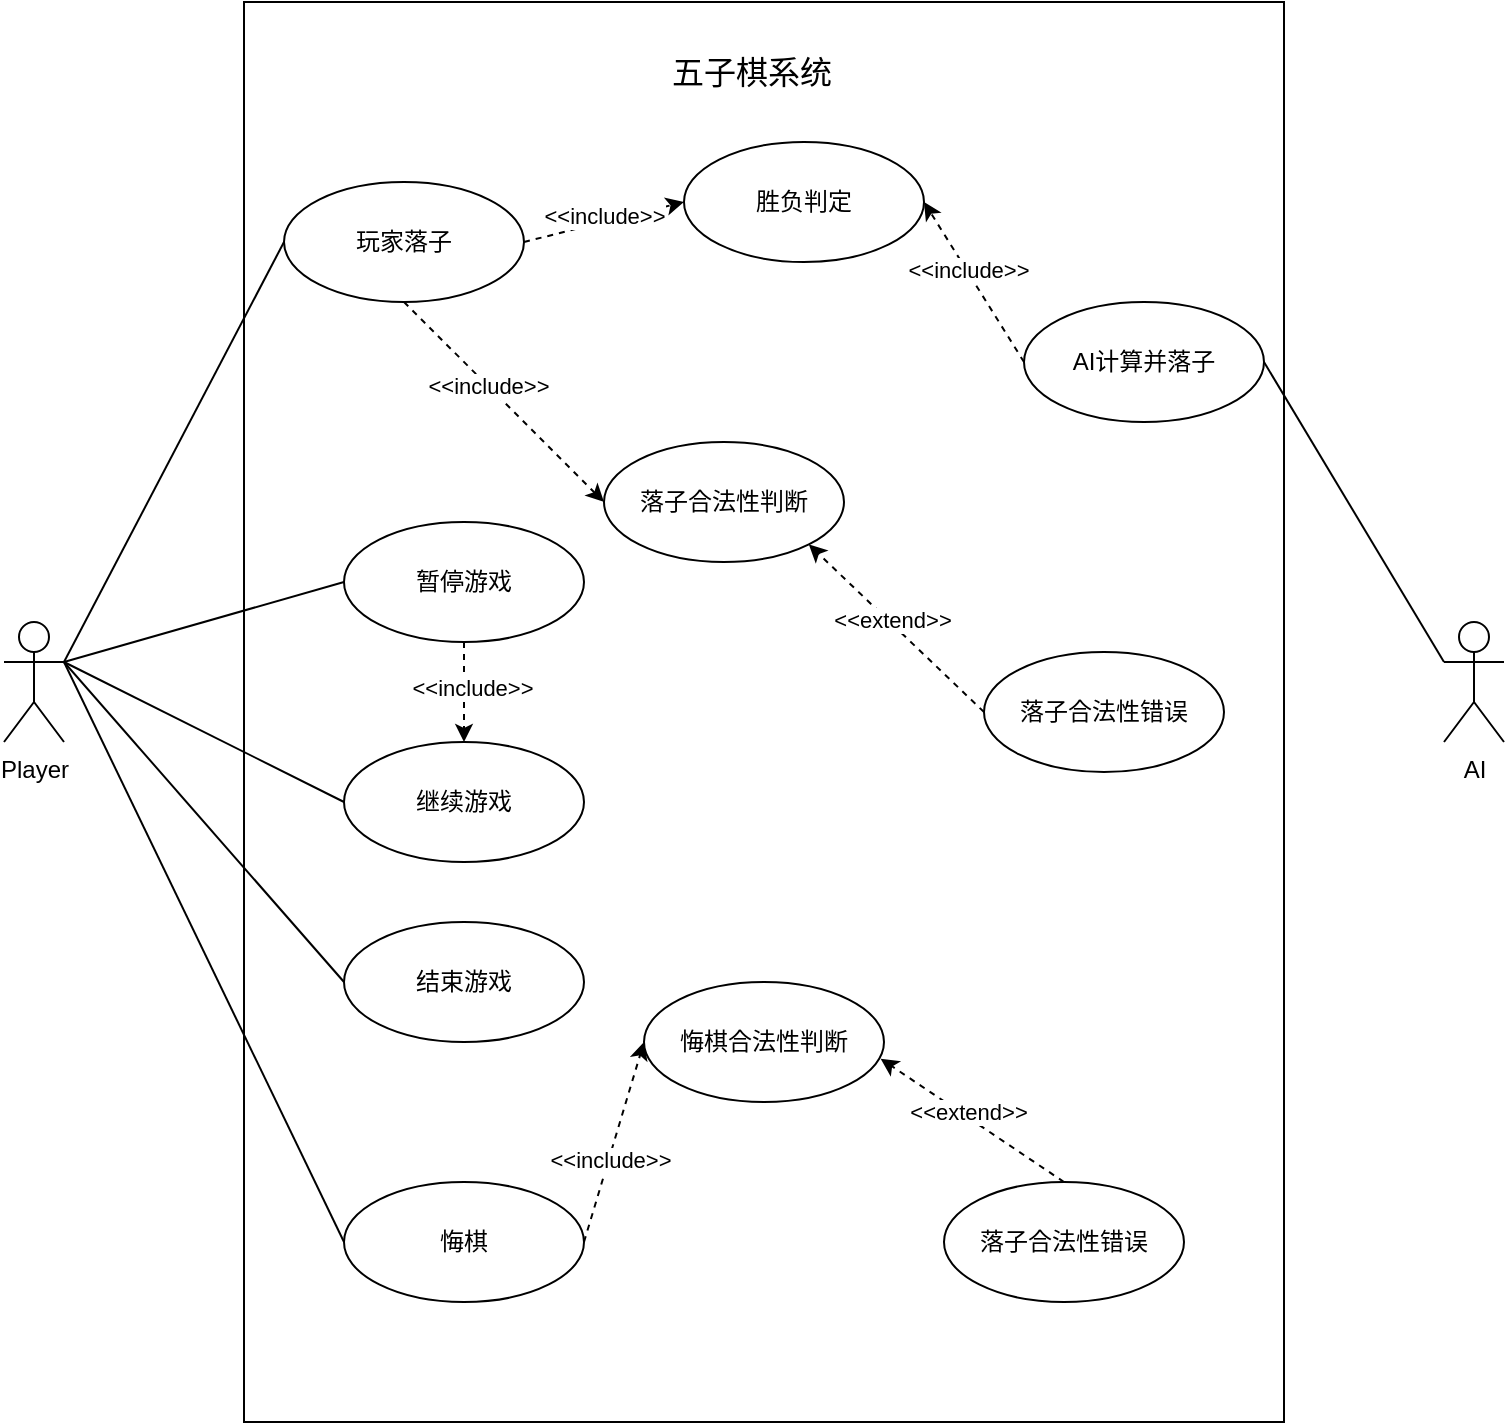
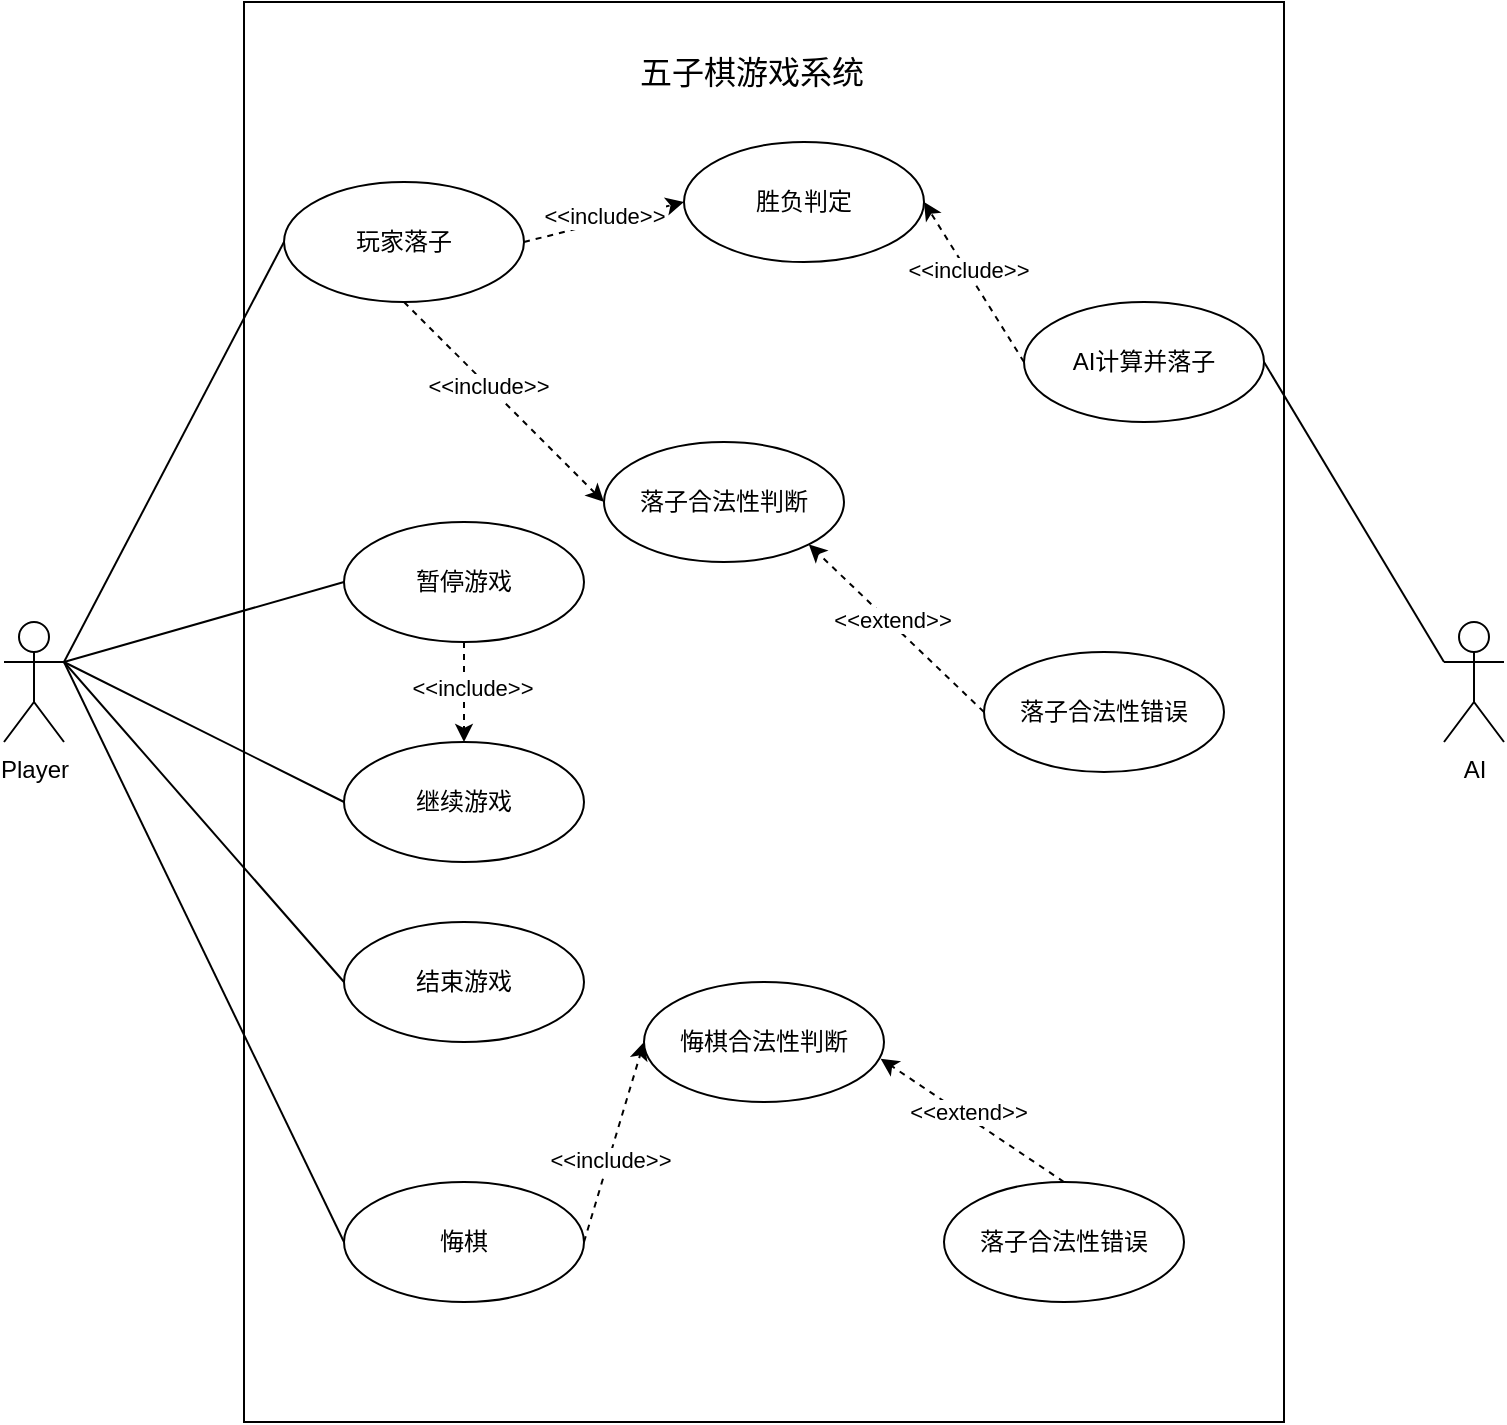
<mxfile host="app.diagrams.net">
  <diagram name="Page-1" id="mYUad11Odgced4m4luzt">
    <mxGraphModel dx="1201" dy="825" grid="1" gridSize="10" guides="1" tooltips="1" connect="1" arrows="1" fold="1" page="1" pageScale="1" pageWidth="827" pageHeight="1169" math="0" shadow="0">
      <root>
        <mxCell id="0" />
        <mxCell id="1" parent="0" />
        <mxCell id="FT644iExh8YyQrtBqDw--9" parent="1" style="shape=umlActor;verticalLabelPosition=bottom;verticalAlign=top;html=1;outlineConnect=0;" value="Player" vertex="1">
          <mxGeometry height="60" width="30" x="40" y="460" as="geometry" />
        </mxCell>
        <mxCell id="FT644iExh8YyQrtBqDw--10" parent="1" style="rounded=0;whiteSpace=wrap;html=1;" value="" vertex="1">
          <mxGeometry height="710" width="520" x="160" y="150" as="geometry" />
        </mxCell>
-         <mxCell id="FT644iExh8YyQrtBqDw--8" parent="1" style="text;html=1;whiteSpace=wrap;strokeColor=none;fillColor=none;align=center;verticalAlign=middle;rounded=0;" value="&lt;font style=&quot;font-size: 16px;&quot;&gt;五子棋系统&lt;/font&gt;" vertex="1">
+         <mxCell id="FT644iExh8YyQrtBqDw--8" parent="1" style="text;html=1;whiteSpace=wrap;strokeColor=none;fillColor=none;align=center;verticalAlign=middle;rounded=0;" value="&lt;font style=&quot;font-size: 16px;&quot;&gt;五子棋游戏系统&lt;/font&gt;" vertex="1">
          <mxGeometry height="30" width="240" x="294" y="170" as="geometry" />
        </mxCell>
        <mxCell id="fBbN4jeV9DzmqmJLsIvL-6" edge="1" parent="1" source="FT644iExh8YyQrtBqDw--14" style="rounded=0;orthogonalLoop=1;jettySize=auto;html=1;exitX=0;exitY=0.3333333333333333;exitDx=0;exitDy=0;exitPerimeter=0;entryX=1;entryY=0.5;entryDx=0;entryDy=0;endArrow=none;endFill=0;" target="FT644iExh8YyQrtBqDw--17">
          <mxGeometry relative="1" as="geometry" />
        </mxCell>
        <mxCell id="FT644iExh8YyQrtBqDw--14" parent="1" style="shape=umlActor;verticalLabelPosition=bottom;verticalAlign=top;html=1;outlineConnect=0;" value="AI&lt;div&gt;&lt;br&gt;&lt;/div&gt;" vertex="1">
          <mxGeometry height="60" width="30" x="760" y="460" as="geometry" />
        </mxCell>
        <mxCell id="fBbN4jeV9DzmqmJLsIvL-8" edge="1" parent="1" source="FT644iExh8YyQrtBqDw--16" style="rounded=0;orthogonalLoop=1;jettySize=auto;html=1;exitX=1;exitY=0.5;exitDx=0;exitDy=0;entryX=0;entryY=0.5;entryDx=0;entryDy=0;dashed=1;" target="fBbN4jeV9DzmqmJLsIvL-7">
          <mxGeometry relative="1" as="geometry" />
        </mxCell>
        <mxCell id="fBbN4jeV9DzmqmJLsIvL-10" connectable="0" parent="fBbN4jeV9DzmqmJLsIvL-8" style="edgeLabel;html=1;align=center;verticalAlign=middle;resizable=0;points=[];" value="&amp;lt;&amp;lt;include&amp;gt;&amp;gt;" vertex="1">
          <mxGeometry relative="1" x="0.0178" y="3" as="geometry">
            <mxPoint as="offset" />
          </mxGeometry>
        </mxCell>
        <mxCell id="FT644iExh8YyQrtBqDw--16" parent="1" style="ellipse;whiteSpace=wrap;html=1;" value="玩家落子" vertex="1">
          <mxGeometry height="60" width="120" x="180" y="240" as="geometry" />
        </mxCell>
        <mxCell id="FT644iExh8YyQrtBqDw--17" parent="1" style="ellipse;whiteSpace=wrap;html=1;" value="AI计算并落子" vertex="1">
          <mxGeometry height="60" width="120" x="550" y="300" as="geometry" />
        </mxCell>
        <mxCell id="fBbN4jeV9DzmqmJLsIvL-12" edge="1" parent="1" source="FT644iExh8YyQrtBqDw--18" style="rounded=0;orthogonalLoop=1;jettySize=auto;html=1;dashed=1;" target="FT644iExh8YyQrtBqDw--19" value="">
          <mxGeometry relative="1" as="geometry" />
        </mxCell>
        <mxCell id="fBbN4jeV9DzmqmJLsIvL-14" connectable="0" parent="fBbN4jeV9DzmqmJLsIvL-12" style="edgeLabel;html=1;align=center;verticalAlign=middle;resizable=0;points=[];" value="&amp;lt;&amp;lt;include&amp;gt;&amp;gt;" vertex="1">
          <mxGeometry relative="1" x="-0.1067" y="4" as="geometry">
            <mxPoint as="offset" />
          </mxGeometry>
        </mxCell>
        <mxCell id="FT644iExh8YyQrtBqDw--18" parent="1" style="ellipse;whiteSpace=wrap;html=1;" value="暂停游戏" vertex="1">
          <mxGeometry height="60" width="120" x="210" y="410" as="geometry" />
        </mxCell>
        <mxCell id="FT644iExh8YyQrtBqDw--19" parent="1" style="ellipse;whiteSpace=wrap;html=1;" value="继续游戏" vertex="1">
          <mxGeometry height="60" width="120" x="210" y="520" as="geometry" />
        </mxCell>
        <mxCell id="FT644iExh8YyQrtBqDw--20" parent="1" style="ellipse;whiteSpace=wrap;html=1;" value="结束游戏" vertex="1">
          <mxGeometry height="60" width="120" x="210" y="610" as="geometry" />
        </mxCell>
        <mxCell id="FT644iExh8YyQrtBqDw--21" parent="1" style="ellipse;whiteSpace=wrap;html=1;" value="悔棋" vertex="1">
          <mxGeometry height="60" width="120" x="210" y="740" as="geometry" />
        </mxCell>
        <mxCell id="fBbN4jeV9DzmqmJLsIvL-1" edge="1" parent="1" source="FT644iExh8YyQrtBqDw--9" style="rounded=0;orthogonalLoop=1;jettySize=auto;html=1;exitX=1;exitY=0.3333333333333333;exitDx=0;exitDy=0;exitPerimeter=0;entryX=0;entryY=0.5;entryDx=0;entryDy=0;endArrow=none;endFill=0;" target="FT644iExh8YyQrtBqDw--16">
          <mxGeometry relative="1" as="geometry" />
        </mxCell>
        <mxCell id="fBbN4jeV9DzmqmJLsIvL-2" edge="1" parent="1" source="FT644iExh8YyQrtBqDw--9" style="rounded=0;orthogonalLoop=1;jettySize=auto;html=1;exitX=1;exitY=0.3333333333333333;exitDx=0;exitDy=0;exitPerimeter=0;entryX=0;entryY=0.5;entryDx=0;entryDy=0;endArrow=none;endFill=0;" target="FT644iExh8YyQrtBqDw--18">
          <mxGeometry relative="1" as="geometry" />
        </mxCell>
        <mxCell id="fBbN4jeV9DzmqmJLsIvL-3" edge="1" parent="1" source="FT644iExh8YyQrtBqDw--9" style="rounded=0;orthogonalLoop=1;jettySize=auto;html=1;exitX=1;exitY=0.3333333333333333;exitDx=0;exitDy=0;exitPerimeter=0;entryX=0;entryY=0.5;entryDx=0;entryDy=0;endArrow=none;endFill=0;" target="FT644iExh8YyQrtBqDw--19">
          <mxGeometry relative="1" as="geometry" />
        </mxCell>
        <mxCell id="fBbN4jeV9DzmqmJLsIvL-4" edge="1" parent="1" source="FT644iExh8YyQrtBqDw--9" style="rounded=0;orthogonalLoop=1;jettySize=auto;html=1;exitX=1;exitY=0.3333333333333333;exitDx=0;exitDy=0;exitPerimeter=0;entryX=0;entryY=0.5;entryDx=0;entryDy=0;endArrow=none;endFill=0;" target="FT644iExh8YyQrtBqDw--20">
          <mxGeometry relative="1" as="geometry" />
        </mxCell>
        <mxCell id="fBbN4jeV9DzmqmJLsIvL-5" edge="1" parent="1" source="FT644iExh8YyQrtBqDw--9" style="rounded=0;orthogonalLoop=1;jettySize=auto;html=1;exitX=1;exitY=0.3333333333333333;exitDx=0;exitDy=0;exitPerimeter=0;entryX=0;entryY=0.5;entryDx=0;entryDy=0;endArrow=none;endFill=0;" target="FT644iExh8YyQrtBqDw--21">
          <mxGeometry relative="1" as="geometry" />
        </mxCell>
        <mxCell id="fBbN4jeV9DzmqmJLsIvL-7" parent="1" style="ellipse;whiteSpace=wrap;html=1;" value="胜负判定" vertex="1">
          <mxGeometry height="60" width="120" x="380" y="220" as="geometry" />
        </mxCell>
        <mxCell id="fBbN4jeV9DzmqmJLsIvL-9" edge="1" parent="1" source="FT644iExh8YyQrtBqDw--17" style="rounded=0;orthogonalLoop=1;jettySize=auto;html=1;exitX=0;exitY=0.5;exitDx=0;exitDy=0;entryX=1;entryY=0.5;entryDx=0;entryDy=0;dashed=1;" target="fBbN4jeV9DzmqmJLsIvL-7">
          <mxGeometry relative="1" as="geometry">
            <mxPoint x="390" y="310" as="sourcePoint" />
            <mxPoint x="480" y="280" as="targetPoint" />
          </mxGeometry>
        </mxCell>
        <mxCell id="fBbN4jeV9DzmqmJLsIvL-11" connectable="0" parent="fBbN4jeV9DzmqmJLsIvL-9" style="edgeLabel;html=1;align=center;verticalAlign=middle;resizable=0;points=[];" value="&amp;lt;&amp;lt;include&amp;gt;&amp;gt;" vertex="1">
          <mxGeometry relative="1" x="0.1467" as="geometry">
            <mxPoint as="offset" />
          </mxGeometry>
        </mxCell>
        <mxCell id="fBbN4jeV9DzmqmJLsIvL-16" parent="1" style="ellipse;whiteSpace=wrap;html=1;" value="落子合法性判断" vertex="1">
          <mxGeometry height="60" width="120" x="340" y="370" as="geometry" />
        </mxCell>
        <mxCell id="fBbN4jeV9DzmqmJLsIvL-20" edge="1" parent="1" source="fBbN4jeV9DzmqmJLsIvL-17" style="rounded=0;orthogonalLoop=1;jettySize=auto;html=1;exitX=0;exitY=0.5;exitDx=0;exitDy=0;entryX=1;entryY=1;entryDx=0;entryDy=0;dashed=1;" target="fBbN4jeV9DzmqmJLsIvL-16">
          <mxGeometry relative="1" as="geometry" />
        </mxCell>
        <mxCell id="fBbN4jeV9DzmqmJLsIvL-21" connectable="0" parent="fBbN4jeV9DzmqmJLsIvL-20" style="edgeLabel;html=1;align=center;verticalAlign=middle;resizable=0;points=[];" value="&amp;lt;&amp;lt;extend&amp;gt;&amp;gt;" vertex="1">
          <mxGeometry relative="1" x="0.0795" y="-2" as="geometry">
            <mxPoint as="offset" />
          </mxGeometry>
        </mxCell>
        <mxCell id="fBbN4jeV9DzmqmJLsIvL-17" parent="1" style="ellipse;whiteSpace=wrap;html=1;" value="落子合法性错误" vertex="1">
          <mxGeometry height="60" width="120" x="530" y="475" as="geometry" />
        </mxCell>
        <mxCell id="fBbN4jeV9DzmqmJLsIvL-18" edge="1" parent="1" source="FT644iExh8YyQrtBqDw--16" style="rounded=0;orthogonalLoop=1;jettySize=auto;html=1;exitX=0.5;exitY=1;exitDx=0;exitDy=0;entryX=0;entryY=0.5;entryDx=0;entryDy=0;dashed=1;" target="fBbN4jeV9DzmqmJLsIvL-16">
          <mxGeometry relative="1" as="geometry" />
        </mxCell>
        <mxCell id="fBbN4jeV9DzmqmJLsIvL-19" connectable="0" parent="fBbN4jeV9DzmqmJLsIvL-18" style="edgeLabel;html=1;align=center;verticalAlign=middle;resizable=0;points=[];" value="&amp;lt;&amp;lt;include&amp;gt;&amp;gt;" vertex="1">
          <mxGeometry relative="1" x="-0.1682" as="geometry">
            <mxPoint as="offset" />
          </mxGeometry>
        </mxCell>
        <mxCell id="fBbN4jeV9DzmqmJLsIvL-22" parent="1" style="ellipse;whiteSpace=wrap;html=1;" value="悔棋&lt;span style=&quot;color: rgba(0, 0, 0, 0); font-family: monospace; font-size: 0px; text-align: start; white-space: nowrap;&quot;&gt;%3CmxGraphModel%3E%3Croot%3E%3CmxCell%20id%3D%220%22%2F%3E%3CmxCell%20id%3D%221%22%20parent%3D%220%22%2F%3E%3CmxCell%20id%3D%222%22%20parent%3D%221%22%20style%3D%22ellipse%3BwhiteSpace%3Dwrap%3Bhtml%3D1%3B%22%20value%3D%22%E8%90%BD%E5%AD%90%E5%90%88%E6%B3%95%E6%80%A7%E5%88%A4%E6%96%AD%22%20vertex%3D%221%22%3E%3CmxGeometry%20height%3D%2260%22%20width%3D%22120%22%20x%3D%22340%22%20y%3D%22370%22%20as%3D%22geometry%22%2F%3E%3C%2FmxCell%3E%3C%2Froot%3E%3C%2FmxGraphModel%3E&lt;/span&gt;合法性判断" vertex="1">
          <mxGeometry height="60" width="120" x="360" y="640" as="geometry" />
        </mxCell>
        <mxCell id="fBbN4jeV9DzmqmJLsIvL-23" parent="1" style="ellipse;whiteSpace=wrap;html=1;" value="落子合法性错误" vertex="1">
          <mxGeometry height="60" width="120" x="510" y="740" as="geometry" />
        </mxCell>
        <mxCell id="fBbN4jeV9DzmqmJLsIvL-24" edge="1" parent="1" source="FT644iExh8YyQrtBqDw--21" style="rounded=0;orthogonalLoop=1;jettySize=auto;html=1;exitX=1;exitY=0.5;exitDx=0;exitDy=0;entryX=0;entryY=0.5;entryDx=0;entryDy=0;dashed=1;" target="fBbN4jeV9DzmqmJLsIvL-22">
          <mxGeometry relative="1" as="geometry">
            <mxPoint x="340" y="760" as="sourcePoint" />
            <mxPoint x="440" y="860" as="targetPoint" />
          </mxGeometry>
        </mxCell>
        <mxCell id="fBbN4jeV9DzmqmJLsIvL-25" connectable="0" parent="fBbN4jeV9DzmqmJLsIvL-24" style="edgeLabel;html=1;align=center;verticalAlign=middle;resizable=0;points=[];" value="&amp;lt;&amp;lt;include&amp;gt;&amp;gt;" vertex="1">
          <mxGeometry relative="1" x="-0.1682" as="geometry">
            <mxPoint as="offset" />
          </mxGeometry>
        </mxCell>
        <mxCell id="fBbN4jeV9DzmqmJLsIvL-28" edge="1" parent="1" source="fBbN4jeV9DzmqmJLsIvL-23" style="rounded=0;orthogonalLoop=1;jettySize=auto;html=1;exitX=0.5;exitY=0;exitDx=0;exitDy=0;entryX=0.986;entryY=0.639;entryDx=0;entryDy=0;dashed=1;entryPerimeter=0;" target="fBbN4jeV9DzmqmJLsIvL-22">
          <mxGeometry relative="1" as="geometry">
            <mxPoint x="628" y="774" as="sourcePoint" />
            <mxPoint x="540" y="690" as="targetPoint" />
          </mxGeometry>
        </mxCell>
        <mxCell id="fBbN4jeV9DzmqmJLsIvL-29" connectable="0" parent="fBbN4jeV9DzmqmJLsIvL-28" style="edgeLabel;html=1;align=center;verticalAlign=middle;resizable=0;points=[];" value="&amp;lt;&amp;lt;extend&amp;gt;&amp;gt;" vertex="1">
          <mxGeometry relative="1" x="0.0795" y="-2" as="geometry">
            <mxPoint as="offset" />
          </mxGeometry>
        </mxCell>
      </root>
    </mxGraphModel>
  </diagram>
</mxfile>
